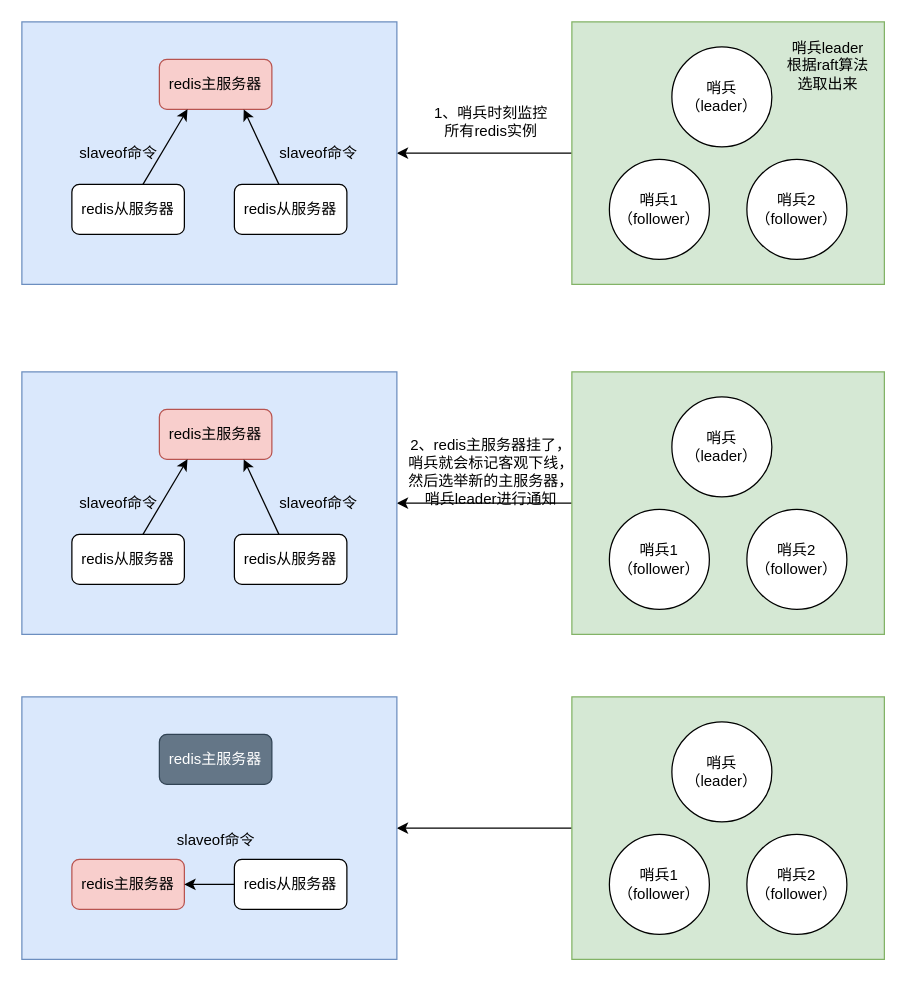
The draw.io diagram redis/redis哨兵模式.drawio in buxiangchixiangcai/draw, before the edit. Source tidied: cells renumbered, new cells numbered last; positions are measured from the earlier drawing's top-left corner, leaving out a move shared by most shapes. Both pictures are drawn from the tidied source at 125%, with x=0, y=0 at pixel (21, 21).
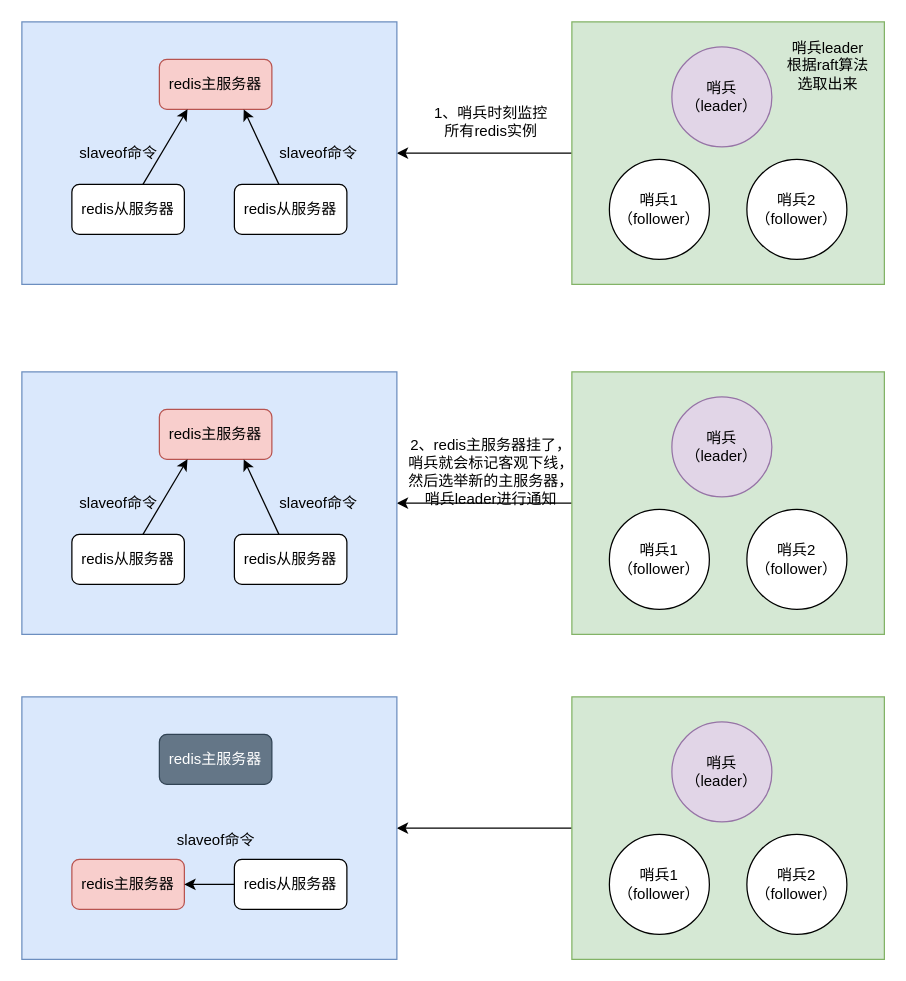
The same diagram, later.

Commit message (it also covers changes not shown here):
更新redis哨兵模式.drawio

What changed in the source:
```diff
@@
-    <mxCell id="10" value="哨兵&lt;div&gt;（leader）&lt;/div&gt;" style="ellipse;whiteSpace=wrap;html=1;" parent="1" vertex="1">
+    <mxCell id="10" value="哨兵&lt;div&gt;（leader）&lt;/div&gt;" style="ellipse;whiteSpace=wrap;html=1;fillColor=#e1d5e7;strokeColor=#9673a6;" parent="1" vertex="1">
       <mxGeometry x="520" y="20" width="80" height="80" as="geometry" />
     </mxCell>
@@
-    <mxCell id="24" value="哨兵&lt;div&gt;（leader）&lt;/div&gt;" style="ellipse;whiteSpace=wrap;html=1;" parent="1" vertex="1">
+    <mxCell id="24" value="哨兵&lt;div&gt;（leader）&lt;/div&gt;" style="ellipse;whiteSpace=wrap;html=1;fillColor=#e1d5e7;strokeColor=#9673a6;" parent="1" vertex="1">
       <mxGeometry x="520" y="300" width="80" height="80" as="geometry" />
     </mxCell>
@@
-    <mxCell id="37" value="哨兵&lt;div&gt;（leader）&lt;/div&gt;" style="ellipse;whiteSpace=wrap;html=1;" parent="1" vertex="1">
+    <mxCell id="37" value="哨兵&lt;div&gt;（leader）&lt;/div&gt;" style="ellipse;whiteSpace=wrap;html=1;fillColor=#e1d5e7;strokeColor=#9673a6;" parent="1" vertex="1">
       <mxGeometry x="520" y="560" width="80" height="80" as="geometry" />
     </mxCell>
```
